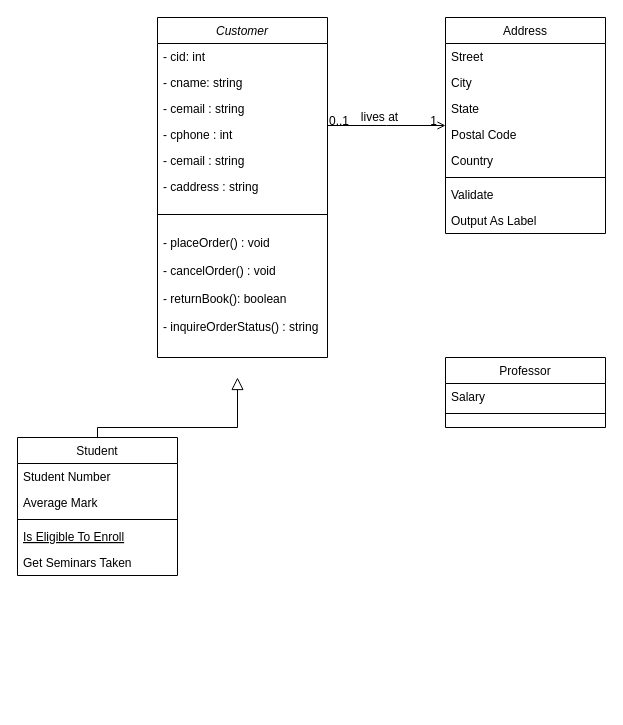
Earlier version of the draw.io diagram LAB4.drawio (Ahasirly/Myrepo). Source tidied: cells renumbered, new cells numbered last; positions are measured from the earlier drawing's top-left corner, leaving out a move shared by most shapes. Both pictures are drawn from the tidied source at 100%, with x=0, y=0 at pixel (17, 17).
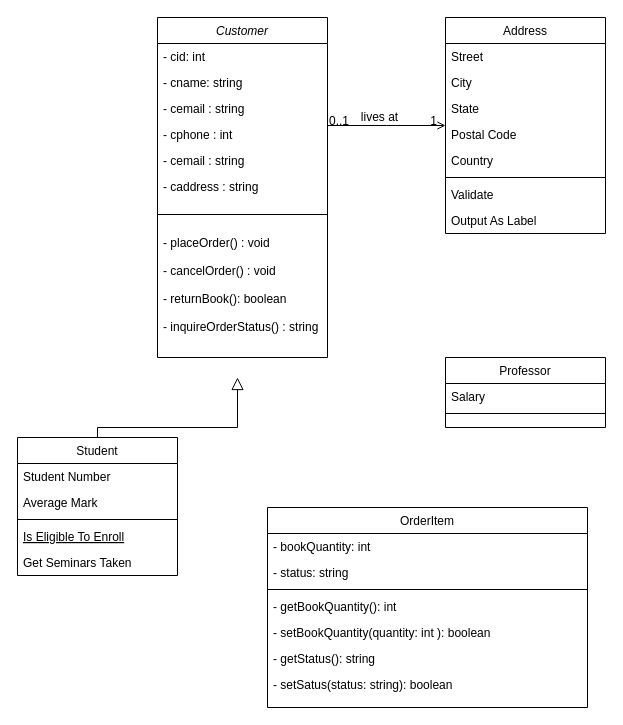
The same diagram, later.

Diff of the diagram source:
```diff
@@
+    <mxCell id="34" value="OrderItem" style="swimlane;fontStyle=0;align=center;verticalAlign=top;horizontal=1;startSize=26;rounded=0;shadow=0;strokeWidth=1;" parent="1" vertex="1">
+      <mxGeometry x="250" y="490" width="320" height="200" as="geometry" />
+    </mxCell>
+    <mxCell id="35" value="- bookQuantity: int" style="text;align=left;verticalAlign=top;spacingLeft=4;spacingRight=4;overflow=hidden;" parent="34" vertex="1">
+      <mxGeometry y="26" width="320" height="26" as="geometry" />
+    </mxCell>
+    <mxCell id="36" value="- status: string" style="text;align=left;verticalAlign=top;spacingLeft=4;spacingRight=4;overflow=hidden;rounded=0;shadow=0;html=0;" parent="34" vertex="1">
+      <mxGeometry y="52" width="320" height="26" as="geometry" />
+    </mxCell>
+    <mxCell id="37" style="line;html=1;strokeWidth=1;align=left;verticalAlign=middle;spacingTop=-1;spacingLeft=3;spacingRight=3;labelPosition=right;" parent="34" vertex="1">
+      <mxGeometry y="78" width="320" height="8" as="geometry" />
+    </mxCell>
+    <mxCell id="38" value="- getBookQuantity(): int" style="text;align=left;verticalAlign=top;spacingLeft=4;spacingRight=4;overflow=hidden;" parent="34" vertex="1">
+      <mxGeometry y="86" width="320" height="26" as="geometry" />
+    </mxCell>
+    <mxCell id="39" value="- setBookQuantity(quantity: int ): boolean&#10;" style="text;align=left;verticalAlign=top;spacingLeft=4;spacingRight=4;overflow=hidden;" parent="34" vertex="1">
+      <mxGeometry y="112" width="320" height="26" as="geometry" />
+    </mxCell>
+    <mxCell id="40" value="- getStatus(): string" style="text;align=left;verticalAlign=top;spacingLeft=4;spacingRight=4;overflow=hidden;" parent="34" vertex="1">
+      <mxGeometry y="138" width="320" height="26" as="geometry" />
+    </mxCell>
+    <mxCell id="41" value="- setSatus(status: string): boolean" style="text;align=left;verticalAlign=top;spacingLeft=4;spacingRight=4;overflow=hidden;" parent="34" vertex="1">
+      <mxGeometry y="164" width="320" height="26" as="geometry" />
+    </mxCell>
```
